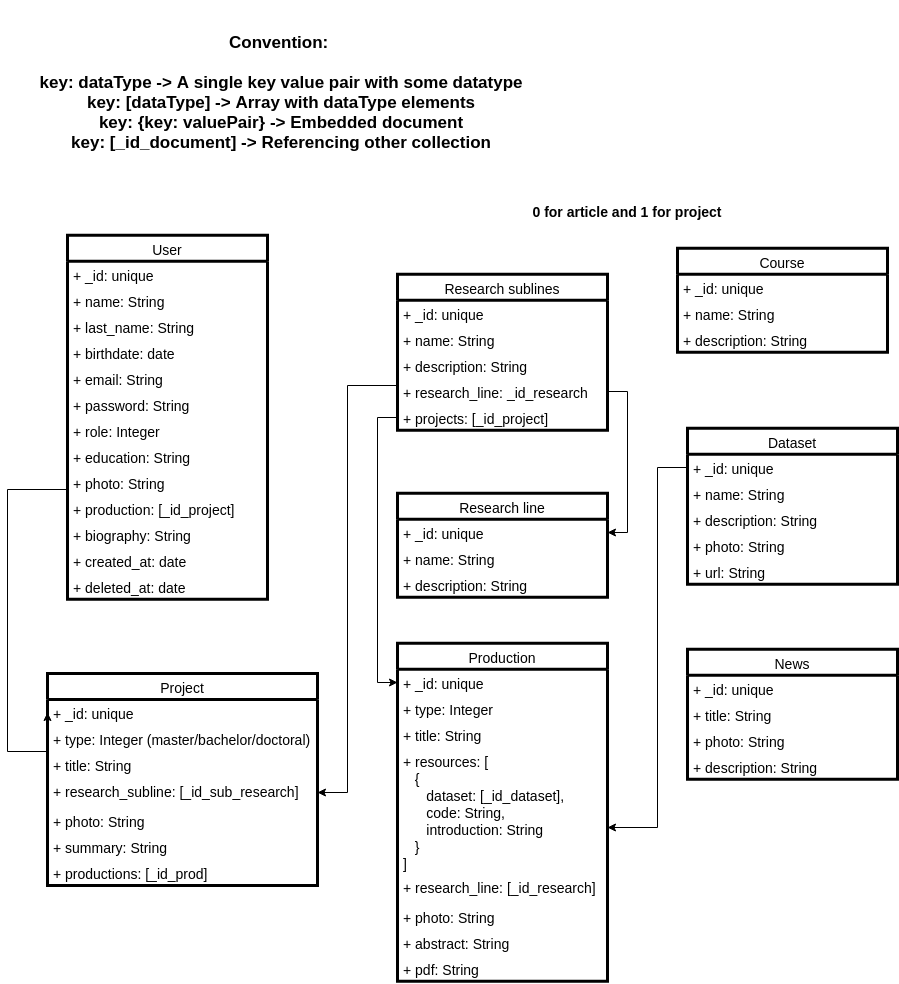
Sangohe/bivl2ab keeps this draw.io diagram as bivl2ab.png. Above is the earlier version. Source tidied: cells renumbered, new cells last; positions are measured from the earlier drawing's top-left corner, leaving out a move shared by most shapes.
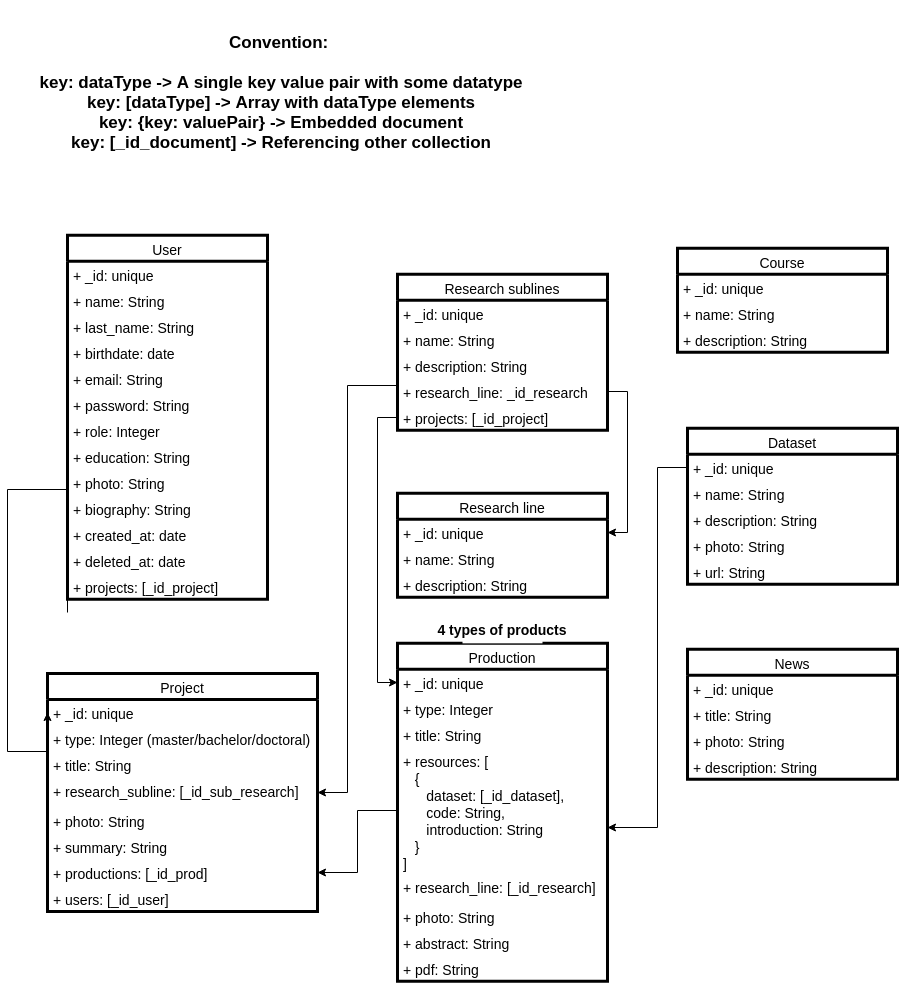
Above is the later version.

Diff of the diagram source:
```diff
@@ -32,18 +32,18 @@
     <mxCell id="11" value="+ photo: String" style="text;strokeColor=none;fillColor=none;align=left;verticalAlign=top;spacingLeft=4;spacingRight=4;overflow=hidden;strokeWidth=3;fontSize=14;" parent="2" vertex="1">
       <mxGeometry y="234" width="200" height="26" as="geometry" />
     </mxCell>
-    <mxCell id="12" value="+ production: [_id_project]" style="text;strokeColor=none;fillColor=none;align=left;verticalAlign=top;spacingLeft=4;spacingRight=4;overflow=hidden;points=[[0,0.5],[1,0.5]];portConstraint=eastwest;strokeWidth=3;fontSize=14;" parent="2" vertex="1">
-      <mxGeometry y="260" width="200" height="26" as="geometry" />
-    </mxCell>
     <mxCell id="13" value="+ biography: String" style="text;strokeColor=none;fillColor=none;align=left;verticalAlign=top;spacingLeft=4;spacingRight=4;overflow=hidden;strokeWidth=3;fontSize=14;" parent="2" vertex="1">
-      <mxGeometry y="286" width="200" height="26" as="geometry" />
+      <mxGeometry y="260" width="200" height="26" as="geometry" />
     </mxCell>
     <mxCell id="14" value="+ created_at: date" style="text;strokeColor=none;fillColor=none;align=left;verticalAlign=top;spacingLeft=4;spacingRight=4;overflow=hidden;strokeWidth=3;fontSize=14;" parent="2" vertex="1">
-      <mxGeometry y="312" width="200" height="26" as="geometry" />
+      <mxGeometry y="286" width="200" height="26" as="geometry" />
     </mxCell>
     <mxCell id="15" value="+ deleted_at: date" style="text;strokeColor=none;fillColor=none;align=left;verticalAlign=top;spacingLeft=4;spacingRight=4;overflow=hidden;strokeWidth=3;fontSize=14;" parent="2" vertex="1">
-      <mxGeometry y="338" width="200" height="26" as="geometry" />
+      <mxGeometry y="312" width="200" height="26" as="geometry" />
     </mxCell>
+    <mxCell id="65" value="+ projects: [_id_project]" style="text;strokeColor=none;fillColor=none;align=left;verticalAlign=top;spacingLeft=4;spacingRight=4;overflow=hidden;strokeWidth=3;fontSize=14;" parent="2" vertex="1">
+      <mxGeometry y="338" width="200" height="26" as="geometry" />
+    </mxCell>
     <mxCell id="16" value="Production" style="swimlane;fontStyle=0;horizontal=1;startSize=26;fillColor=none;strokeWidth=3;fontSize=14;" parent="1" vertex="1">
       <mxGeometry x="390" y="642.9" width="210" height="338" as="geometry" />
     </mxCell>
@@ -71,8 +71,8 @@
     <mxCell id="24" value="+ pdf: String" style="text;strokeColor=none;fillColor=none;align=left;verticalAlign=top;spacingLeft=4;spacingRight=4;overflow=hidden;strokeWidth=3;fontSize=14;" parent="16" vertex="1">
       <mxGeometry y="312" width="210" height="26" as="geometry" />
     </mxCell>
-    <mxCell id="25" value="0 for article and 1 for project" style="text;align=center;fontStyle=1;verticalAlign=middle;spacingLeft=3;spacingRight=3;strokeColor=none;fillColor=#FFFFFF;gradientColor=none;fontSize=14;" parent="1" vertex="1">
-      <mxGeometry x="580" y="198.9" width="80" height="26" as="geometry" />
+    <mxCell id="25" value="4 types of products" style="text;align=center;fontStyle=1;verticalAlign=middle;spacingLeft=3;spacingRight=3;strokeColor=none;fillColor=#FFFFFF;gradientColor=none;fontSize=14;" parent="1" vertex="1">
+      <mxGeometry x="455" y="616.9" width="80" height="26" as="geometry" />
     </mxCell>
     <mxCell id="26" value="Dataset" style="swimlane;fontStyle=0;horizontal=1;startSize=26;fillColor=none;strokeWidth=3;fontSize=14;" parent="1" vertex="1">
       <mxGeometry x="680" y="427.9" width="210" height="156" as="geometry" />
@@ -116,7 +116,7 @@
       </mxGeometry>
     </mxCell>
     <mxCell id="38" value="Project" style="swimlane;fontStyle=0;horizontal=1;startSize=26;fillColor=none;strokeWidth=3;fontSize=14;" parent="1" vertex="1">
-      <mxGeometry x="40" y="673" width="270" height="212" as="geometry" />
+      <mxGeometry x="40" y="673" width="270" height="238" as="geometry" />
     </mxCell>
     <mxCell id="39" value="+ _id: unique" style="text;strokeColor=none;fillColor=none;align=left;verticalAlign=top;spacingLeft=4;spacingRight=4;overflow=hidden;points=[[0,0.5],[1,0.5]];portConstraint=eastwest;strokeWidth=3;fontSize=14;" parent="38" vertex="1">
       <mxGeometry y="26" width="270" height="26" as="geometry" />
@@ -139,6 +139,9 @@
     <mxCell id="45" value="+ productions: [_id_prod]" style="text;strokeColor=none;fillColor=none;align=left;verticalAlign=top;spacingLeft=4;spacingRight=4;overflow=hidden;points=[[0,0.5],[1,0.5]];portConstraint=eastwest;strokeWidth=3;fontSize=14;" parent="38" vertex="1">
       <mxGeometry y="186" width="270" height="26" as="geometry" />
     </mxCell>
+    <mxCell id="66" value="+ users: [_id_user]" style="text;strokeColor=none;fillColor=none;align=left;verticalAlign=top;spacingLeft=4;spacingRight=4;overflow=hidden;strokeWidth=3;fontSize=14;" parent="38" vertex="1">
+      <mxGeometry y="212" width="270" height="26" as="geometry" />
+    </mxCell>
     <mxCell id="46" style="edgeStyle=orthogonalEdgeStyle;rounded=0;jettySize=auto;html=1;entryX=1;entryY=0.5;entryDx=0;entryDy=0;exitX=0;exitY=0.25;exitDx=0;exitDy=0;" parent="1" edge="1" source="47" target="42">
       <mxGeometry relative="1" as="geometry">
         <Array as="points">
@@ -177,8 +180,9 @@
     <mxCell id="56" value="+ description: String" style="text;strokeColor=none;fillColor=none;align=left;verticalAlign=top;spacingLeft=4;spacingRight=4;overflow=hidden;strokeWidth=3;fontSize=14;" parent="53" vertex="1">
       <mxGeometry y="78" width="210" height="26" as="geometry" />
     </mxCell>
-    <mxCell id="57" style="edgeStyle=orthogonalEdgeStyle;rounded=0;jettySize=auto;html=1;entryX=0;entryY=0.5;entryDx=0;entryDy=0;exitX=0;exitY=0.5;exitDx=0;exitDy=0;" parent="1" edge="1" source="12" target="39">
+    <mxCell id="57" style="edgeStyle=orthogonalEdgeStyle;rounded=0;jettySize=auto;html=1;entryX=0;entryY=0.5;entryDx=0;entryDy=0;exitX=0;exitY=0.5;exitDx=0;exitDy=0;" parent="1" edge="1" target="39">
       <mxGeometry relative="1" as="geometry">
+        <mxPoint x="60" y="612" as="sourcePoint" />
         <Array as="points">
           <mxPoint y="489" />
           <mxPoint y="751" />
@@ -206,5 +210,8 @@
     <mxCell id="64" style="edgeStyle=orthogonalEdgeStyle;rounded=0;jettySize=auto;html=1;exitX=1;exitY=0.5;exitDx=0;exitDy=0;entryX=1;entryY=0.5;entryDx=0;entryDy=0;" parent="1" edge="1" source="51" target="54">
       <mxGeometry relative="1" as="geometry" />
     </mxCell>
+    <mxCell id="67" style="edgeStyle=orthogonalEdgeStyle;rounded=0;jettySize=auto;html=1;entryX=1;entryY=0.5;entryDx=0;entryDy=0;" parent="1" edge="1" source="20" target="45">
+      <mxGeometry relative="1" as="geometry" />
+    </mxCell>
   </root>
 </mxGraphModel>
```
